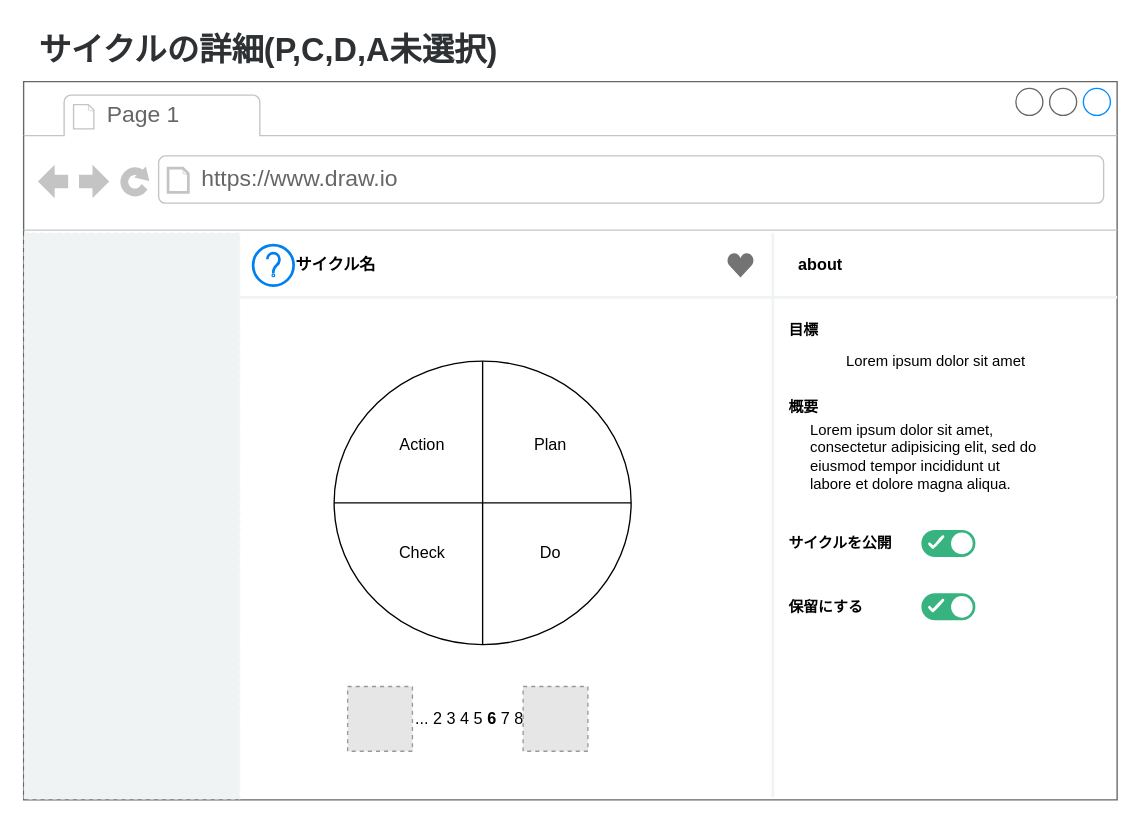
Above: page "画面設計(サイクル詳細)" (8 of 10) of ER.drawio in katkatprog/drowio (draw.io), before the change. Source tidied: cells renumbered, new cells numbered last; positions are measured from the earlier drawing's top-left corner, leaving out a move shared by most shapes. Both pictures are drawn from the tidied source at 135%, with x=0, y=0 at pixel (23, 23). Pictures stored in the file or linked from it are replaced by grey dashed boxes.
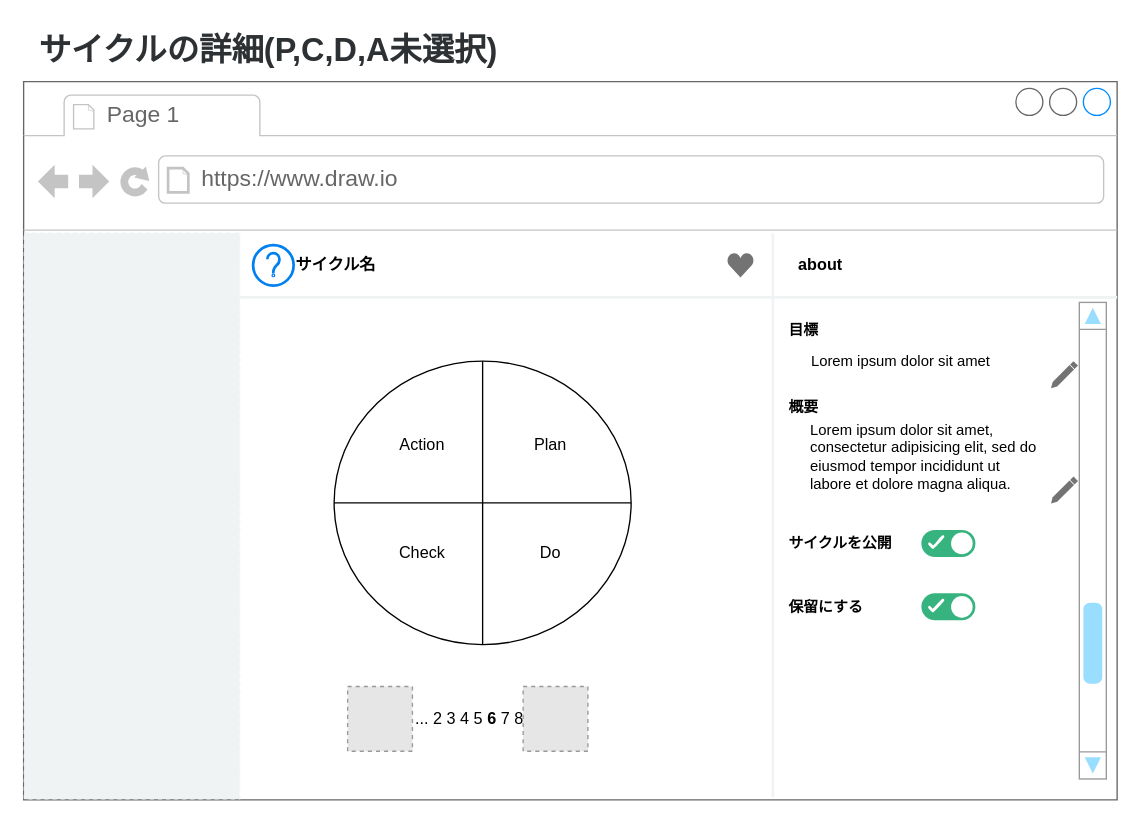
The same diagram, later.

Commit message:
PDCAの詳細画面作成

Unchanged cells that the change refers to:
```xml
<mxCell id="2" style="strokeWidth=1;shadow=0;dashed=0;align=center;html=1;shape=mxgraph.mockup.containers.browserWindow;rSize=0;strokeColor=#666666;strokeColor2=#008cff;strokeColor3=#c4c4c4;mainText=,;labelBackgroundColor=none;labelBorderColor=none;fillStyle=auto;fontSize=9;fontColor=default;fillColor=#FFFFFF;" parent="1" vertex="1">
  <mxGeometry y="43" width="810" height="532" as="geometry" />
</mxCell>
```

Change to the diagram source:
```diff
@@
     <mxCell id="22" value="&lt;span style=&quot;text-align: left;&quot;&gt;Lorem ipsum dolor sit amet&lt;/span&gt;" style="text;html=1;strokeColor=none;fillColor=none;align=center;verticalAlign=middle;whiteSpace=wrap;rounded=0;fontSize=11;" parent="2" vertex="1">
-      <mxGeometry x="591" y="194" width="170" height="26" as="geometry" />
+      <mxGeometry x="565" y="194" width="170" height="26" as="geometry" />
     </mxCell>
@@
+    <mxCell id="33" style="dashed=0;verticalLabelPosition=bottom;verticalAlign=top;align=center;shape=mxgraph.gmdl.edit;strokeColor=none;fillColor=#737373;shadow=0;sketch=0;fontSize=11;" parent="2" vertex="1">
+      <mxGeometry x="761" y="207" width="20" height="20" as="geometry" />
+    </mxCell>
+    <mxCell id="34" style="dashed=0;verticalLabelPosition=bottom;verticalAlign=top;align=center;shape=mxgraph.gmdl.edit;strokeColor=none;fillColor=#737373;shadow=0;sketch=0;fontSize=11;" parent="2" vertex="1">
+      <mxGeometry x="761" y="292.5" width="20" height="20" as="geometry" />
+    </mxCell>
@@
+    <mxCell id="35" style="verticalLabelPosition=bottom;shadow=0;dashed=0;align=center;html=1;verticalAlign=top;strokeWidth=1;shape=mxgraph.mockup.navigation.scrollBar;strokeColor=#999999;barPos=20;fillColor2=#99ddff;strokeColor2=none;direction=north;fontSize=10;fontColor=#5C6C79;" parent="1" vertex="1">
+      <mxGeometry x="782" y="206.5" width="20" height="353" as="geometry" />
+    </mxCell>
```
